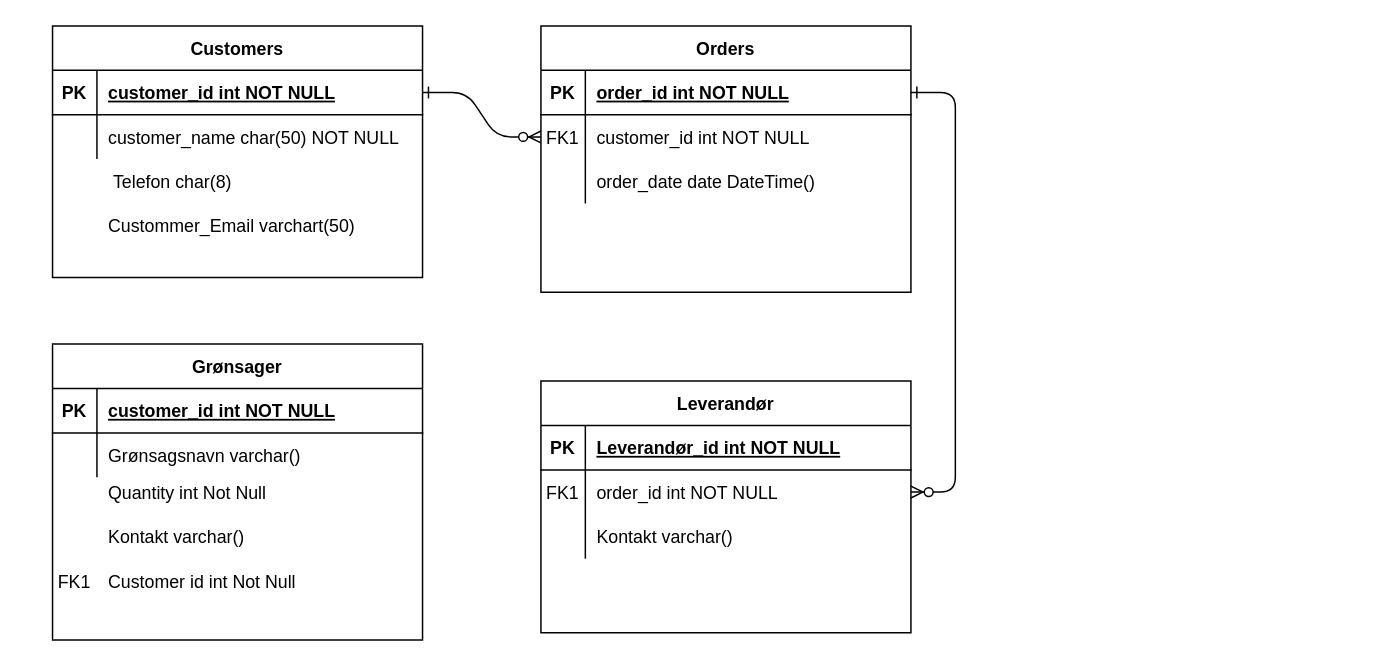
Before: Jakobs tavle gennemgang.drawio in Tobi8570/SQL-Shit, a draw.io diagram. Source tidied: cells renumbered, new cells numbered last; positions are measured from the earlier drawing's top-left corner, leaving out a move shared by most shapes. Both pictures are drawn from the tidied source at 148%, with x=0, y=0 at pixel (52, 25).
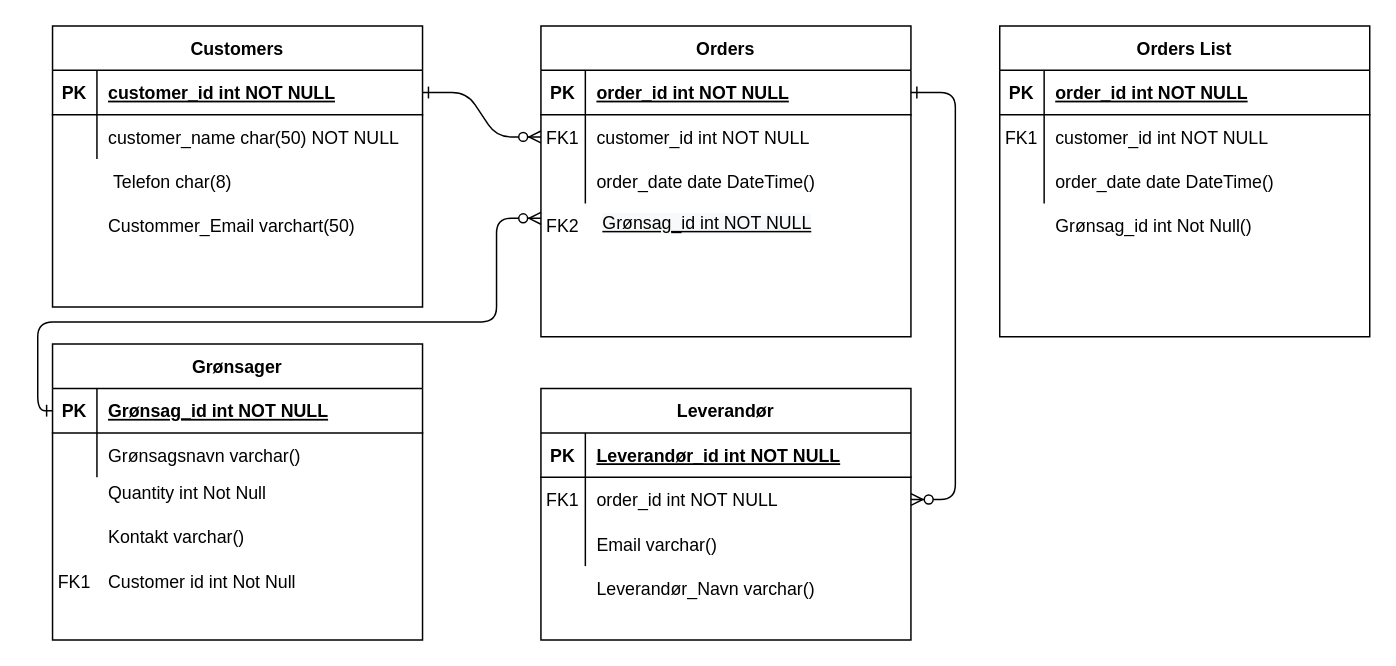
The same diagram, later.

The change refers to these unchanged cells:
```xml
<mxCell id="3" style="shape=partialRectangle;fillColor=none;points=[[0,0.5],[1,0.5]];portConstraint=eastwest;top=0;left=0;right=0;bottom=1;" parent="2" vertex="1">
  <mxGeometry y="30" width="250" height="30" as="geometry" />
</mxCell>
<mxCell id="28" style="shape=partialRectangle;fillColor=none;top=0;left=0;right=0;bottom=0;" parent="21" vertex="1">
  <mxGeometry y="90" width="250" height="30" as="geometry" />
</mxCell>
```

Diff of the diagram source:
```diff
@@
-    <mxCell id="5" value="customer_id int NOT NULL " style="shape=partialRectangle;overflow=hidden;fillColor=none;top=0;left=0;bottom=0;right=0;align=left;spacingLeft=6;fontStyle=5;" parent="3" vertex="1">
+    <mxCell id="5" value="Grønsag_id int NOT NULL " style="shape=partialRectangle;overflow=hidden;fillColor=none;top=0;left=0;bottom=0;right=0;align=left;spacingLeft=6;fontStyle=5;" parent="3" vertex="1">
       <mxGeometry x="30" width="220" height="30" as="geometry" />
     </mxCell>
@@
     <mxCell id="11" value="Orders" style="shape=table;startSize=30;childLayout=tableLayout;rowLines=0;fontStyle=1;align=center;" parent="1" vertex="1">
-      <mxGeometry x="330" width="250" height="180" as="geometry" />
+      <mxGeometry x="330" width="250" height="210" as="geometry" />
     </mxCell>
@@
     <mxCell id="21" value="Leverandør" style="shape=table;startSize=30;childLayout=tableLayout;rowLines=0;fontStyle=1;align=center;" parent="1" vertex="1">
-      <mxGeometry x="330" y="240" width="250" height="170" as="geometry" />
+      <mxGeometry x="330" y="245" width="250" height="170" as="geometry" />
     </mxCell>
@@
-    <mxCell id="30" value="Kontakt varchar()" style="shape=partialRectangle;overflow=hidden;fillColor=none;top=0;left=0;bottom=0;right=0;align=left;spacingLeft=6;" parent="28" vertex="1">
+    <mxCell id="30" value="Email varchar()" style="shape=partialRectangle;overflow=hidden;fillColor=none;top=0;left=0;bottom=0;right=0;align=left;spacingLeft=6;" parent="28" vertex="1">
       <mxGeometry x="30" width="220" height="30" as="geometry" />
     </mxCell>
     <mxCell id="31" value="Customers" style="shape=table;startSize=30;childLayout=tableLayout;rowLines=0;fontStyle=1;align=center;" parent="1" vertex="1">
-      <mxGeometry width="250" height="170" as="geometry" />
+      <mxGeometry width="250" height="190" as="geometry" />
     </mxCell>
@@
+    <mxCell id="44" value="FK2" style="shape=partialRectangle;overflow=hidden;fillColor=none;top=0;left=0;bottom=0;right=0;" parent="1" vertex="1">
+      <mxGeometry x="330" y="120" width="30" height="30" as="geometry" />
+    </mxCell>
+    <mxCell id="45" value="&lt;span style=&quot;color: rgb(0 , 0 , 0) ; font-family: &amp;#34;helvetica&amp;#34; ; font-size: 12px ; font-style: normal ; letter-spacing: normal ; text-align: left ; text-indent: 0px ; text-transform: none ; word-spacing: 0px ; background-color: rgb(248 , 249 , 250) ; text-decoration: underline ; display: inline ; float: none&quot;&gt;Grønsag_id int NOT NULL&lt;/span&gt;" style="text;whiteSpace=wrap;html=1;" parent="1" vertex="1">
+      <mxGeometry x="370" y="120" width="210" height="30" as="geometry" />
+    </mxCell>
+    <mxCell id="46" style="edgeStyle=orthogonalEdgeStyle;endArrow=ERzeroToMany;startArrow=ERone;endFill=1;startFill=0;exitX=0;exitY=0.5;exitDx=0;exitDy=0;" parent="1" edge="1" source="3">
+      <mxGeometry relative="1" as="geometry">
+        <mxPoint x="330" y="130" as="targetPoint" />
+        <Array as="points">
+          <mxPoint x="-10" y="260" />
+          <mxPoint x="-10" y="200" />
+          <mxPoint x="300" y="200" />
+          <mxPoint x="300" y="130" />
+        </Array>
+      </mxGeometry>
+    </mxCell>
+    <mxCell id="47" value="Leverandør_Navn varchar()" style="shape=partialRectangle;overflow=hidden;fillColor=none;top=0;left=0;bottom=0;right=0;align=left;spacingLeft=6;" parent="1" vertex="1">
+      <mxGeometry x="360" y="365" width="220" height="30" as="geometry" />
+    </mxCell>
+    <mxCell id="48" value="Orders List" style="shape=table;startSize=30;childLayout=tableLayout;rowLines=0;fontStyle=1;align=center;" parent="1" vertex="1">
+      <mxGeometry x="640" width="250" height="210" as="geometry" />
+    </mxCell>
+    <mxCell id="49" style="shape=partialRectangle;fillColor=none;top=0;left=0;right=0;bottom=1;" parent="48" vertex="1">
+      <mxGeometry y="30" width="250" height="30" as="geometry" />
+    </mxCell>
+    <mxCell id="50" value="PK" style="shape=partialRectangle;overflow=hidden;fillColor=none;top=0;left=0;bottom=0;right=0;fontStyle=1;" parent="49" vertex="1">
+      <mxGeometry width="30" height="30" as="geometry" />
+    </mxCell>
+    <mxCell id="51" value="order_id int NOT NULL " style="shape=partialRectangle;overflow=hidden;fillColor=none;top=0;left=0;bottom=0;right=0;align=left;spacingLeft=6;fontStyle=5;" parent="49" vertex="1">
+      <mxGeometry x="30" width="220" height="30" as="geometry" />
+    </mxCell>
+    <mxCell id="52" style="shape=partialRectangle;fillColor=none;top=0;left=0;right=0;bottom=0;" parent="48" vertex="1">
+      <mxGeometry y="60" width="250" height="30" as="geometry" />
+    </mxCell>
+    <mxCell id="53" value="FK1" style="shape=partialRectangle;overflow=hidden;fillColor=none;top=0;left=0;bottom=0;right=0;" parent="52" vertex="1">
+      <mxGeometry width="30" height="30" as="geometry" />
+    </mxCell>
+    <mxCell id="54" value="customer_id int NOT NULL" style="shape=partialRectangle;overflow=hidden;fillColor=none;top=0;left=0;bottom=0;right=0;align=left;spacingLeft=6;" parent="52" vertex="1">
+      <mxGeometry x="30" width="220" height="30" as="geometry" />
+    </mxCell>
+    <mxCell id="55" style="shape=partialRectangle;fillColor=none;top=0;left=0;right=0;bottom=0;" parent="48" vertex="1">
+      <mxGeometry y="90" width="250" height="30" as="geometry" />
+    </mxCell>
+    <mxCell id="56" style="shape=partialRectangle;overflow=hidden;fillColor=none;top=0;left=0;bottom=0;right=0;" parent="55" vertex="1">
+      <mxGeometry width="30" height="30" as="geometry" />
+    </mxCell>
+    <mxCell id="57" value="order_date date DateTime()" style="shape=partialRectangle;overflow=hidden;fillColor=none;top=0;left=0;bottom=0;right=0;align=left;spacingLeft=6;" parent="55" vertex="1">
+      <mxGeometry x="30" width="220" height="30" as="geometry" />
+    </mxCell>
+    <mxCell id="58" value="Grønsag_id int Not Null()" style="shape=partialRectangle;overflow=hidden;fillColor=none;top=0;left=0;bottom=0;right=0;align=left;spacingLeft=6;" parent="1" vertex="1">
+      <mxGeometry x="670" y="120" width="220" height="30" as="geometry" />
+    </mxCell>
```
